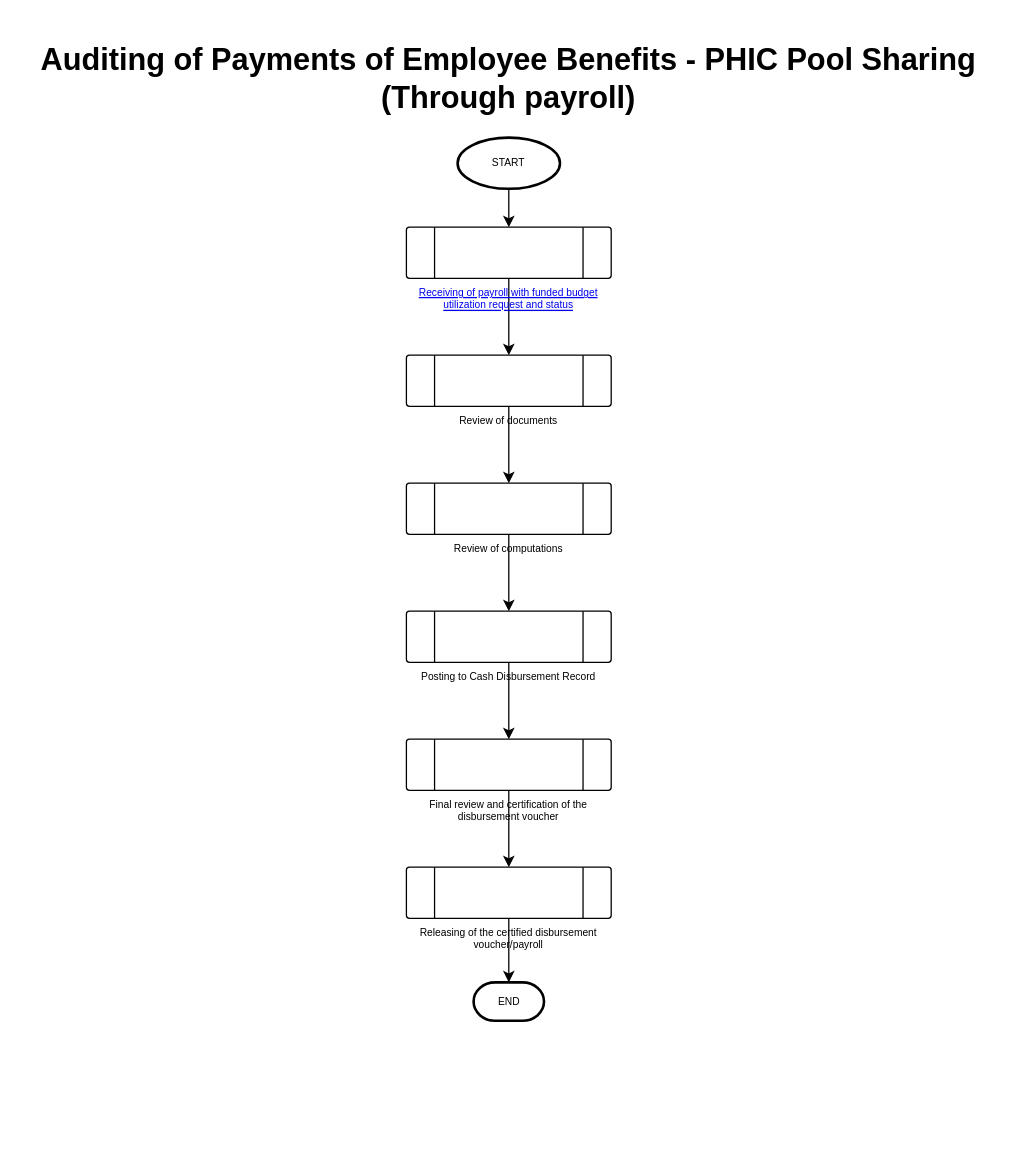
Earlier version of the draw.io diagram page 1 of 5 of Auditing of Payments of Employee Benefits - PHIC Pool Sharing (Through payroll).drawio (johnpaul4474/FMO-accounting). Source tidied: cells renumbered, new cells numbered last; positions are measured from the earlier drawing's top-left corner, leaving out a move shared by most shapes. Both pictures are drawn from the tidied source at 128%, with x=0, y=0 at pixel (22, 35).
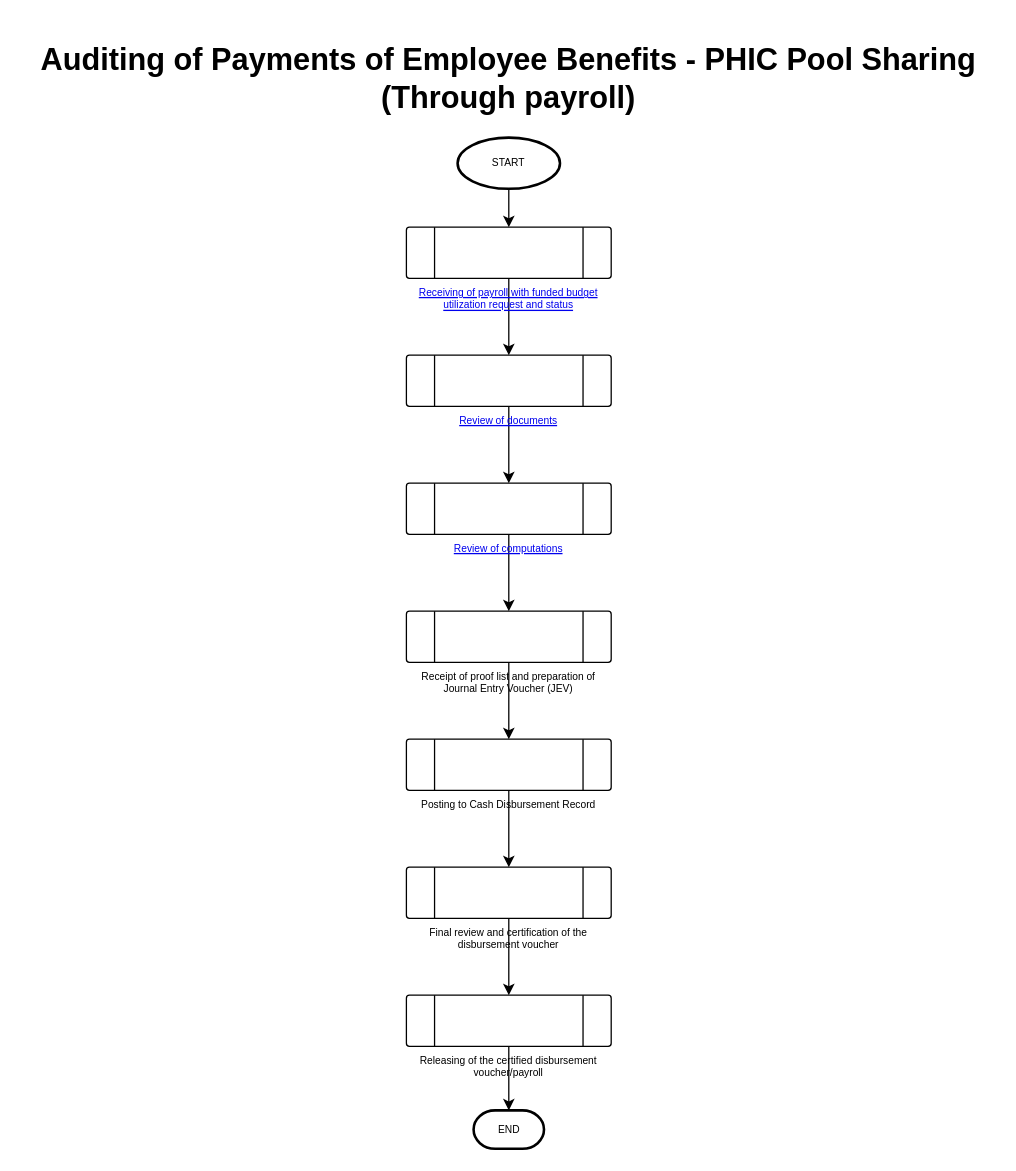
The same diagram, later.

Change to the diagram source:
```diff
@@
 <mxGraphModel>
   <root>
     <mxCell id="0" />
     <mxCell id="1" parent="0" />
     <mxCell id="2" value="&lt;h1&gt;Auditing of Payments of Employee Benefits - PHIC Pool Sharing (Through payroll)&lt;br&gt;&lt;/h1&gt;" style="text;html=1;strokeColor=none;fillColor=none;spacing=5;spacingTop=-20;whiteSpace=wrap;overflow=hidden;rounded=0;align=center;" parent="1" vertex="1">
       <mxGeometry width="760" height="70" as="geometry" />
     </mxCell>
     <mxCell id="3" style="edgeStyle=orthogonalEdgeStyle;rounded=0;jettySize=auto;html=1;fontSize=8;" parent="1" edge="1" source="4" target="6">
       <mxGeometry relative="1" as="geometry" />
     </mxCell>
     <mxCell id="4" value="START" style="strokeWidth=2;html=1;shape=mxgraph.flowchart.start_1;whiteSpace=wrap;fontSize=8;" parent="1" vertex="1">
       <mxGeometry x="340" y="80" width="80" height="40" as="geometry" />
     </mxCell>
     <mxCell id="5" style="edgeStyle=orthogonalEdgeStyle;rounded=0;jettySize=auto;html=1;fontSize=8;" parent="1" edge="1" source="6" target="8">
       <mxGeometry relative="1" as="geometry" />
     </mxCell>
     <mxCell id="6" value="&lt;a href=&quot;data:page/id,EpME3VKb8Og38hKZZgKF&quot;&gt;Receiving of payroll with funded budget utilization request and status&lt;/a&gt;" style="verticalLabelPosition=bottom;verticalAlign=top;html=1;shape=process;whiteSpace=wrap;rounded=1;size=0.14;arcSize=6;fontSize=8;" parent="1" vertex="1">
       <mxGeometry x="300" y="150" width="160" height="40" as="geometry" />
     </mxCell>
     <mxCell id="7" style="edgeStyle=orthogonalEdgeStyle;rounded=0;jettySize=auto;html=1;fontSize=8;" parent="1" edge="1" source="8" target="10">
       <mxGeometry relative="1" as="geometry" />
     </mxCell>
-    <mxCell id="8" value="Review of documents" style="verticalLabelPosition=bottom;verticalAlign=top;html=1;shape=process;whiteSpace=wrap;rounded=1;size=0.14;arcSize=6;fontSize=8;" parent="1" vertex="1">
+    <mxCell id="8" value="&lt;a href=&quot;data:page/id,sMm1-IjmNLf-irVkglVV&quot;&gt;Review of documents&lt;/a&gt;" style="verticalLabelPosition=bottom;verticalAlign=top;html=1;shape=process;whiteSpace=wrap;rounded=1;size=0.14;arcSize=6;fontSize=8;" parent="1" vertex="1">
       <mxGeometry x="300" y="250" width="160" height="40" as="geometry" />
     </mxCell>
-    <mxCell id="9" style="edgeStyle=orthogonalEdgeStyle;rounded=0;jettySize=auto;html=1;fontSize=8;" parent="1" edge="1" source="10" target="12">
-      <mxGeometry relative="1" as="geometry" />
-    </mxCell>
+    <mxCell id="18" style="edgeStyle=orthogonalEdgeStyle;rounded=0;jettySize=auto;html=1;fontSize=8;" parent="1" edge="1" source="10" target="20">
+      <mxGeometry relative="1" as="geometry" />
+    </mxCell>
-    <mxCell id="10" value="Review of computations" style="verticalLabelPosition=bottom;verticalAlign=top;html=1;shape=process;whiteSpace=wrap;rounded=1;size=0.14;arcSize=6;fontSize=8;" parent="1" vertex="1">
+    <mxCell id="10" value="&lt;a href=&quot;data:page/id,Jro121i4ryuF84WWN6i_&quot;&gt;Review of computations&lt;/a&gt;" style="verticalLabelPosition=bottom;verticalAlign=top;html=1;shape=process;whiteSpace=wrap;rounded=1;size=0.14;arcSize=6;fontSize=8;" parent="1" vertex="1">
       <mxGeometry x="300" y="350" width="160" height="40" as="geometry" />
     </mxCell>
     <mxCell id="11" style="edgeStyle=orthogonalEdgeStyle;rounded=0;jettySize=auto;html=1;fontSize=8;" parent="1" edge="1" source="12" target="14">
       <mxGeometry relative="1" as="geometry" />
     </mxCell>
     <mxCell id="12" value="Posting to Cash Disbursement Record" style="verticalLabelPosition=bottom;verticalAlign=top;html=1;shape=process;whiteSpace=wrap;rounded=1;size=0.14;arcSize=6;fontSize=8;" parent="1" vertex="1">
-      <mxGeometry x="300" y="450" width="160" height="40" as="geometry" />
+      <mxGeometry x="300" y="550" width="160" height="40" as="geometry" />
     </mxCell>
     <mxCell id="13" style="edgeStyle=orthogonalEdgeStyle;rounded=0;jettySize=auto;html=1;fontSize=8;" parent="1" edge="1" source="14" target="16">
       <mxGeometry relative="1" as="geometry" />
     </mxCell>
     <mxCell id="14" value="Final review and certification of the disbursement voucher" style="verticalLabelPosition=bottom;verticalAlign=top;html=1;shape=process;whiteSpace=wrap;rounded=1;size=0.14;arcSize=6;fontSize=8;" parent="1" vertex="1">
-      <mxGeometry x="300" y="550" width="160" height="40" as="geometry" />
+      <mxGeometry x="300" y="650" width="160" height="40" as="geometry" />
     </mxCell>
     <mxCell id="15" style="edgeStyle=orthogonalEdgeStyle;rounded=0;jettySize=auto;html=1;fontSize=8;" parent="1" edge="1" source="16" target="17">
       <mxGeometry relative="1" as="geometry" />
     </mxCell>
     <mxCell id="16" value="Releasing of the certified disbursement voucher/payroll" style="verticalLabelPosition=bottom;verticalAlign=top;html=1;shape=process;whiteSpace=wrap;rounded=1;size=0.14;arcSize=6;fontSize=8;" parent="1" vertex="1">
-      <mxGeometry x="300" y="650" width="160" height="40" as="geometry" />
+      <mxGeometry x="300" y="750" width="160" height="40" as="geometry" />
     </mxCell>
     <mxCell id="17" value="END" style="strokeWidth=2;html=1;shape=mxgraph.flowchart.terminator;whiteSpace=wrap;fontSize=8;" parent="1" vertex="1">
-      <mxGeometry x="352.5" y="740" width="55" height="30" as="geometry" />
+      <mxGeometry x="352.5" y="840" width="55" height="30" as="geometry" />
     </mxCell>
+    <mxCell id="19" style="edgeStyle=orthogonalEdgeStyle;rounded=0;jettySize=auto;html=1;fontSize=8;" parent="1" edge="1" source="20" target="12">
+      <mxGeometry relative="1" as="geometry" />
+    </mxCell>
+    <mxCell id="20" value="Receipt of proof list and preparation of Journal Entry Voucher (JEV)" style="verticalLabelPosition=bottom;verticalAlign=top;html=1;shape=process;whiteSpace=wrap;rounded=1;size=0.14;arcSize=6;fontSize=8;" parent="1" vertex="1">
+      <mxGeometry x="300" y="450" width="160" height="40" as="geometry" />
+    </mxCell>
   </root>
 </mxGraphModel>
```
